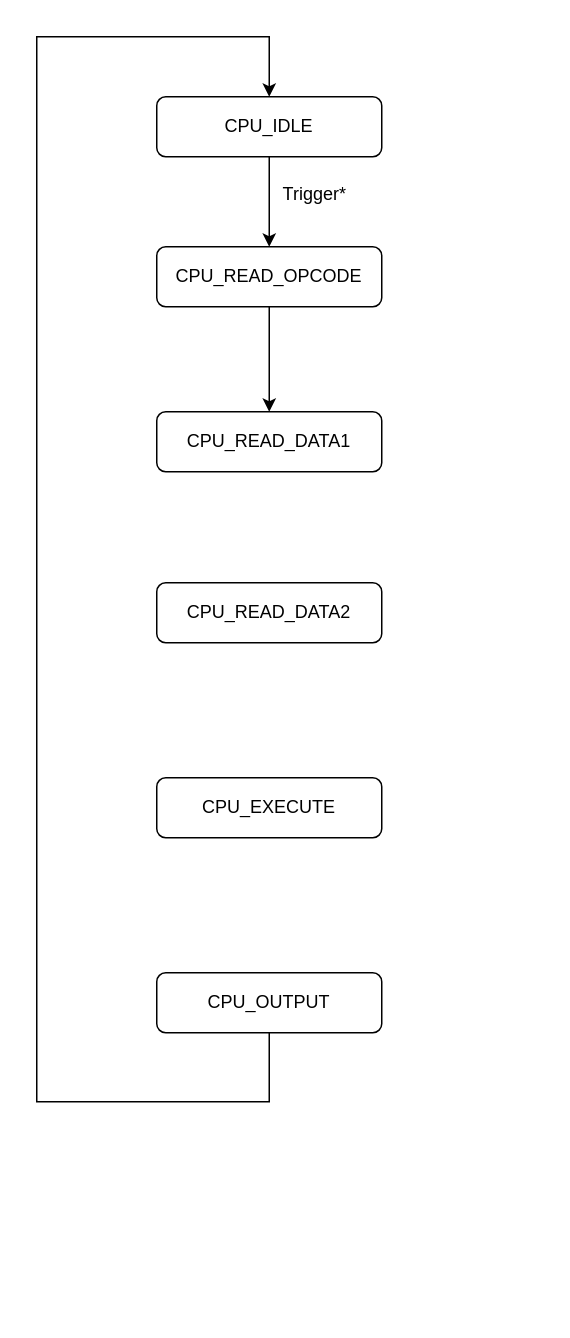
The draw.io diagram 03_CPUDiffState_Impl/CPU_StateDiagram.drawio in Vichu95/Basic_CPU_FPGA, before the edit. Source tidied: cells renumbered, new cells numbered last; positions are measured from the earlier drawing's top-left corner, leaving out a move shared by most shapes. Both pictures are drawn from the tidied source at 150%, with x=0, y=0 at pixel (36, 36).
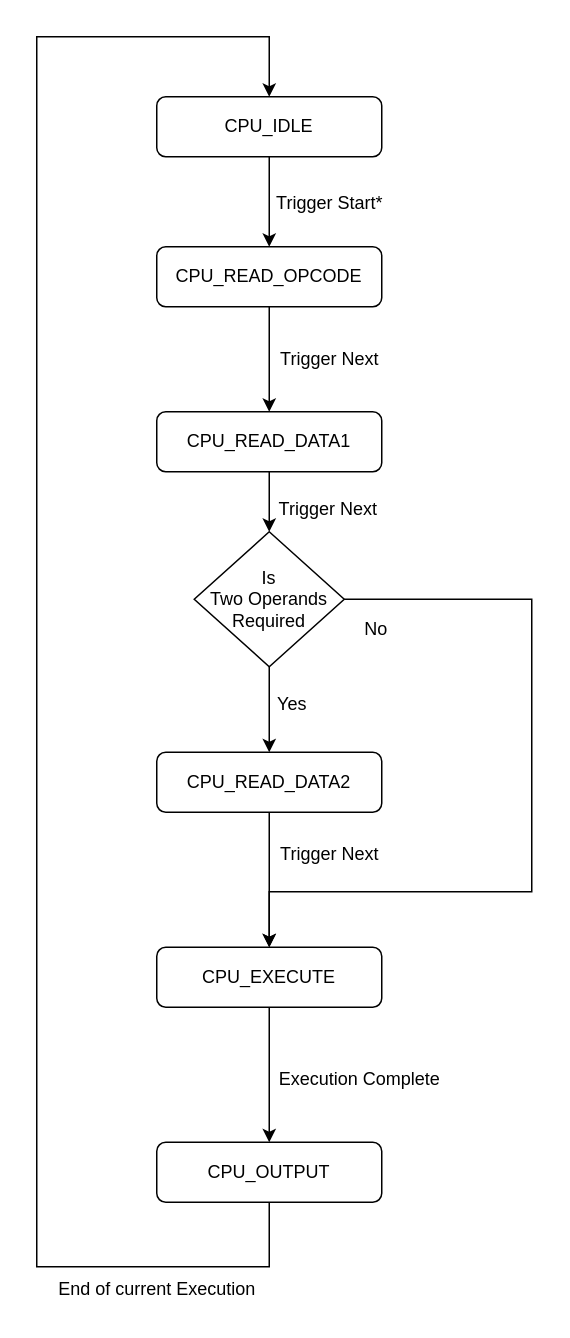
After the change.

Commit message:
Initial CPU State flow

The change refers to these unchanged cells:
```xml
<mxCell id="3" value="CPU_IDLE" style="rounded=1;whiteSpace=wrap;html=1;fontSize=12;glass=0;strokeWidth=1;shadow=0;" parent="1" vertex="1">
  <mxGeometry x="80" y="40" width="150" height="40" as="geometry" />
</mxCell>
<mxCell id="6" value="CPU_READ_DATA1" style="rounded=1;whiteSpace=wrap;html=1;fontSize=12;glass=0;strokeWidth=1;shadow=0;" parent="1" vertex="1">
  <mxGeometry x="80" y="250" width="150" height="40" as="geometry" />
</mxCell>
```

Diff of the diagram source:
```diff
@@
+    <mxCell id="12" style="edgeStyle=orthogonalEdgeStyle;rounded=0;jettySize=auto;html=1;exitX=0.5;exitY=1;exitDx=0;exitDy=0;" parent="1" edge="1" source="6" target="18">
+      <mxGeometry relative="1" as="geometry" />
+    </mxCell>
@@
+    <mxCell id="13" style="edgeStyle=orthogonalEdgeStyle;rounded=0;jettySize=auto;html=1;exitX=0.5;exitY=1;exitDx=0;exitDy=0;entryX=0.5;entryY=0;entryDx=0;entryDy=0;" parent="1" edge="1" source="7" target="8">
+      <mxGeometry relative="1" as="geometry" />
+    </mxCell>
     <mxCell id="7" value="CPU_READ_DATA2" style="rounded=1;whiteSpace=wrap;html=1;fontSize=12;glass=0;strokeWidth=1;shadow=0;" parent="1" vertex="1">
-      <mxGeometry x="80" y="364" width="150" height="40" as="geometry" />
+      <mxGeometry x="80" y="477" width="150" height="40" as="geometry" />
     </mxCell>
+    <mxCell id="14" style="edgeStyle=orthogonalEdgeStyle;rounded=0;jettySize=auto;html=1;exitX=0.5;exitY=1;exitDx=0;exitDy=0;entryX=0.5;entryY=0;entryDx=0;entryDy=0;" parent="1" edge="1" source="8" target="10">
+      <mxGeometry relative="1" as="geometry" />
+    </mxCell>
     <mxCell id="8" value="CPU_EXECUTE" style="rounded=1;whiteSpace=wrap;html=1;fontSize=12;glass=0;strokeWidth=1;shadow=0;" parent="1" vertex="1">
-      <mxGeometry x="80" y="494" width="150" height="40" as="geometry" />
+      <mxGeometry x="80" y="607" width="150" height="40" as="geometry" />
     </mxCell>
     <mxCell id="9" style="edgeStyle=orthogonalEdgeStyle;rounded=0;jettySize=auto;html=1;exitX=0.5;exitY=1;exitDx=0;exitDy=0;entryX=0.5;entryY=0;entryDx=0;entryDy=0;" parent="1" edge="1" source="10" target="3">
       <mxGeometry relative="1" as="geometry">
         <Array as="points">
-          <mxPoint x="155" y="710" />
-          <mxPoint y="710" />
+          <mxPoint x="155" y="820" />
+          <mxPoint y="820" />
           <mxPoint />
           <mxPoint x="155" />
         </Array>
       </mxGeometry>
     </mxCell>
     <mxCell id="10" value="CPU_OUTPUT" style="rounded=1;whiteSpace=wrap;html=1;fontSize=12;glass=0;strokeWidth=1;shadow=0;" parent="1" vertex="1">
-      <mxGeometry x="80" y="624" width="150" height="40" as="geometry" />
+      <mxGeometry x="80" y="737" width="150" height="40" as="geometry" />
     </mxCell>
-    <mxCell id="11" value="Trigger*" style="text;html=1;align=center;verticalAlign=middle;strokeColor=none;fillColor=none;" parent="1" vertex="1">
-      <mxGeometry x="150" y="90" width="70" height="30" as="geometry" />
+    <mxCell id="11" value="Trigger Start*" style="text;html=1;align=center;verticalAlign=middle;strokeColor=none;fillColor=none;" parent="1" vertex="1">
+      <mxGeometry x="150" y="96" width="90" height="30" as="geometry" />
     </mxCell>
+    <mxCell id="15" value="Trigger Next" style="text;html=1;align=center;verticalAlign=middle;strokeColor=none;fillColor=none;" parent="1" vertex="1">
+      <mxGeometry x="150" y="200" width="90" height="30" as="geometry" />
+    </mxCell>
+    <mxCell id="16" style="edgeStyle=orthogonalEdgeStyle;rounded=0;jettySize=auto;html=1;exitX=0.5;exitY=1;exitDx=0;exitDy=0;entryX=0.5;entryY=0;entryDx=0;entryDy=0;" parent="1" edge="1" source="18" target="7">
+      <mxGeometry relative="1" as="geometry" />
+    </mxCell>
+    <mxCell id="17" style="edgeStyle=orthogonalEdgeStyle;rounded=0;jettySize=auto;html=1;exitX=1;exitY=0.5;exitDx=0;exitDy=0;entryX=0.5;entryY=0;entryDx=0;entryDy=0;" parent="1" edge="1" source="18" target="8">
+      <mxGeometry relative="1" as="geometry">
+        <Array as="points">
+          <mxPoint x="330" y="375" />
+          <mxPoint x="330" y="570" />
+          <mxPoint x="155" y="570" />
+        </Array>
+      </mxGeometry>
+    </mxCell>
+    <mxCell id="18" value="Is &lt;br&gt;Two Operands Required" style="rhombus;whiteSpace=wrap;html=1;" parent="1" vertex="1">
+      <mxGeometry x="105" y="330" width="100" height="90" as="geometry" />
+    </mxCell>
+    <mxCell id="19" value="Yes" style="text;html=1;align=center;verticalAlign=middle;strokeColor=none;fillColor=none;" parent="1" vertex="1">
+      <mxGeometry x="150" y="430" width="40" height="30" as="geometry" />
+    </mxCell>
+    <mxCell id="20" value="No" style="text;html=1;align=center;verticalAlign=middle;strokeColor=none;fillColor=none;" parent="1" vertex="1">
+      <mxGeometry x="206" y="380" width="40" height="30" as="geometry" />
+    </mxCell>
+    <mxCell id="21" value="Trigger Next" style="text;html=1;align=center;verticalAlign=middle;strokeColor=none;fillColor=none;" parent="1" vertex="1">
+      <mxGeometry x="149" y="300" width="90" height="30" as="geometry" />
+    </mxCell>
+    <mxCell id="22" value="Trigger Next" style="text;html=1;align=center;verticalAlign=middle;strokeColor=none;fillColor=none;" parent="1" vertex="1">
+      <mxGeometry x="150" y="530" width="90" height="30" as="geometry" />
+    </mxCell>
+    <mxCell id="23" value="Execution Complete" style="text;html=1;align=center;verticalAlign=middle;strokeColor=none;fillColor=none;" parent="1" vertex="1">
+      <mxGeometry x="150" y="680" width="130" height="30" as="geometry" />
+    </mxCell>
+    <mxCell id="24" value="End of current Execution" style="text;html=1;align=center;verticalAlign=middle;strokeColor=none;fillColor=none;" parent="1" vertex="1">
+      <mxGeometry x="5" y="820" width="150" height="30" as="geometry" />
+    </mxCell>
```
